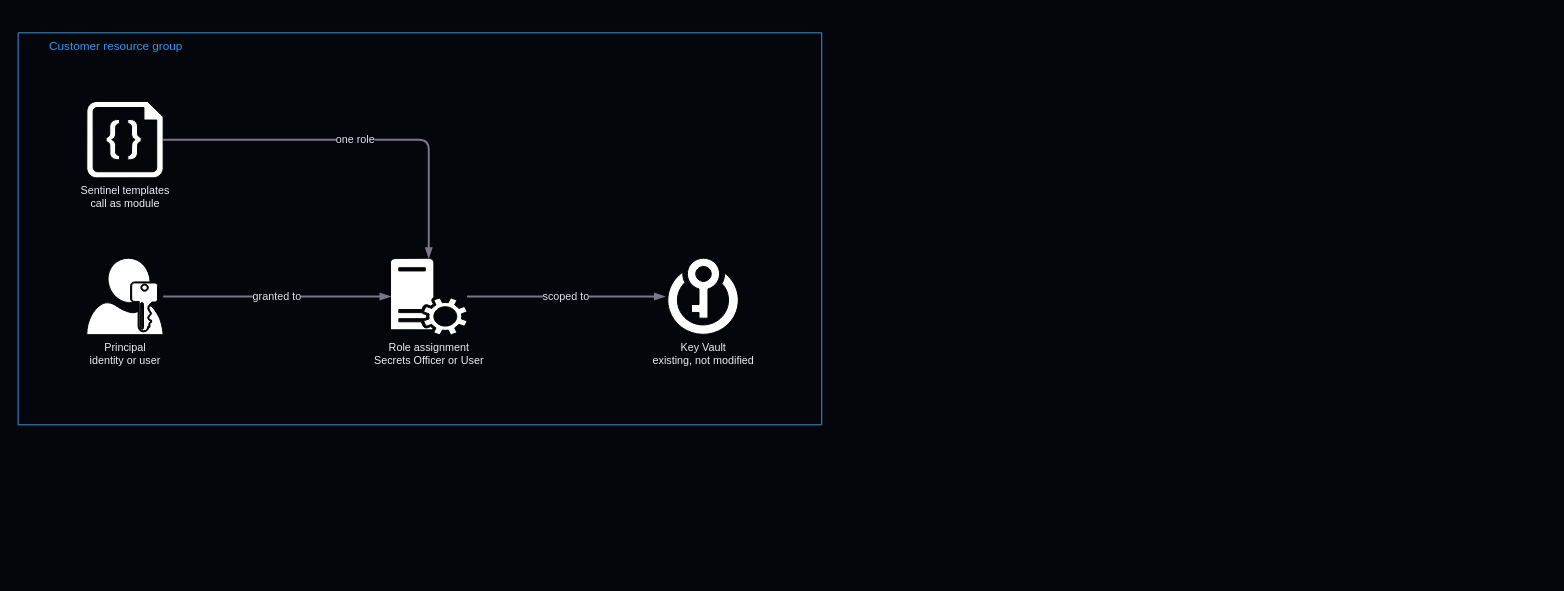
This is templates/azure/azure-access-key-vault-secrets-reader/diagram.drawio from IamABS3C/abstract-cloud-templates, a draw.io file, before an edit. Source tidied: cells renumbered, new cells numbered last; positions are measured from the earlier drawing's top-left corner, leaving out a move shared by most shapes. Both pictures are drawn from the tidied source at 98%, with x=0, y=0 at pixel (18, 32). Pictures stored in the file or linked from it are replaced by grey dashed boxes.
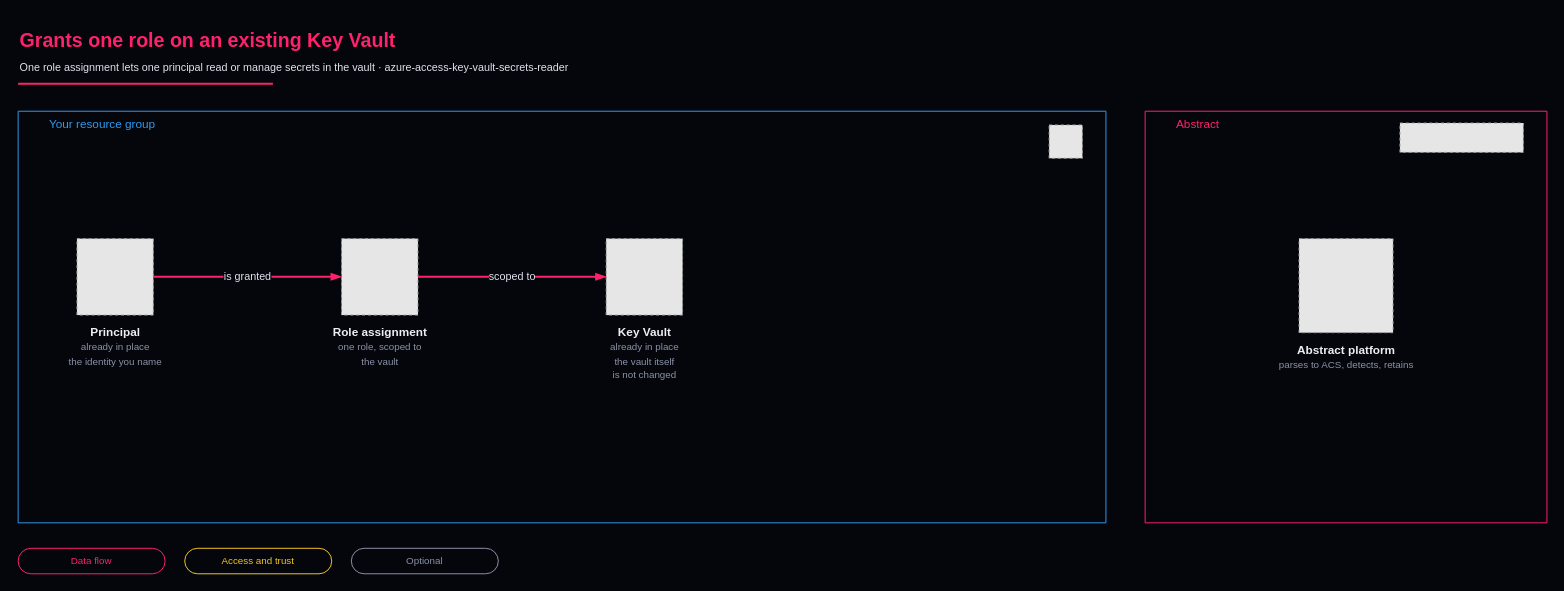
The same diagram, later.

The edit, as a diff of the source:
```diff
@@
 <mxGraphModel background="#04060c">
   <root>
     <mxCell id="0" />
     <mxCell id="1" parent="0" />
-    <mxCell id="2" value="Customer resource group" style="gradientColor=none;html=1;whiteSpace=wrap;fontSize=12;fontStyle=0;shape=mxgraph.aws4.group;grStroke=1;strokeColor=#2e9bf0;fillColor=none;verticalAlign=top;fontColor=#2e9bf0;align=left;spacingLeft=30;" parent="1" vertex="1">
-      <mxGeometry width="820" height="400" as="geometry" />
-    </mxCell>
-    <mxCell id="3" value="Sentinel templates&lt;br&gt;call as module" style="sketch=0;html=1;outlineConnect=0;fontColor=#ECEFF1;verticalLabelPosition=bottom;verticalAlign=top;align=center;fontSize=11;shape=mxgraph.azure.code_file;" parent="2" vertex="1">
-      <mxGeometry x="70" y="70" width="78" height="78" as="geometry" />
-    </mxCell>
-    <mxCell id="4" value="Principal&lt;br&gt;identity or user" style="sketch=0;html=1;outlineConnect=0;fontColor=#ECEFF1;verticalLabelPosition=bottom;verticalAlign=top;align=center;fontSize=11;shape=mxgraph.mscae.enterprise.user_permissions;" parent="2" vertex="1">
-      <mxGeometry x="70" y="230" width="78" height="78" as="geometry" />
-    </mxCell>
-    <mxCell id="5" value="Role assignment&lt;br&gt;Secrets Officer or User" style="sketch=0;html=1;outlineConnect=0;fontColor=#ECEFF1;verticalLabelPosition=bottom;verticalAlign=top;align=center;fontSize=11;shape=mxgraph.mscae.system_center.roles;" parent="2" vertex="1">
-      <mxGeometry x="380" y="230" width="78" height="78" as="geometry" />
-    </mxCell>
+    <mxCell id="10" value="Your resource group" style="gradientColor=none;html=1;whiteSpace=wrap;fontSize=12;fontStyle=0;shape=mxgraph.aws4.group;grStroke=1;strokeColor=#2e9bf0;fillColor=none;verticalAlign=top;fontColor=#2e9bf0;align=left;spacingLeft=30;" parent="1" vertex="1">
+      <mxGeometry y="80" width="1110" height="420" as="geometry" />
+    </mxCell>
+    <mxCell id="11" value="Abstract" style="gradientColor=none;html=1;whiteSpace=wrap;fontSize=12;fontStyle=0;shape=mxgraph.aws4.group;grStroke=1;strokeColor=#FF216B;fillColor=none;verticalAlign=top;fontColor=#FF216B;align=left;spacingLeft=30;" parent="1" vertex="1">
+      <mxGeometry x="1150" y="80" width="410" height="420" as="geometry" />
+    </mxCell>
+    <mxCell id="12" style="fillColor=#E6E6E6;strokeColor=#999999;dashed=1;html=1;verticalLabelPosition=bottom;verticalAlign=top;align=center;fontColor=#ECEFF1;fontSize=12;fontFamily=Barlow;spacingTop=4;" parent="10" vertex="1">
+      <mxGeometry x="1052" y="14" width="34" height="34" as="geometry" />
+    </mxCell>
+    <mxCell id="13" style="fillColor=#E6E6E6;strokeColor=#999999;dashed=1;html=1;verticalLabelPosition=bottom;verticalAlign=top;align=center;fontColor=#ECEFF1;fontSize=12;fontFamily=Barlow;spacingTop=4;" parent="11" vertex="1">
+      <mxGeometry x="260" y="12" width="126" height="30" as="geometry" />
+    </mxCell>
+    <mxCell id="14" value="&lt;b&gt;Abstract platform&lt;/b&gt;&lt;br&gt;&lt;span style='font-size:10px;color:#8b93a7'&gt;parses to ACS, detects, retains&lt;/span&gt;" style="fillColor=#E6E6E6;strokeColor=#999999;dashed=1;html=1;verticalLabelPosition=bottom;verticalAlign=top;align=center;fontColor=#ECEFF1;fontSize=12;fontFamily=Barlow;spacingTop=4;" parent="11" vertex="1">
+      <mxGeometry x="157" y="130" width="96" height="96" as="geometry" />
+    </mxCell>
+    <mxCell id="15" value="&lt;b&gt;Principal&lt;/b&gt;&lt;br&gt;&lt;span style='font-size:10px;color:#8b93a7'&gt;already in place&lt;br&gt;the identity you name&lt;/span&gt;" style="fillColor=#E6E6E6;strokeColor=#999999;dashed=1;html=1;verticalLabelPosition=bottom;verticalAlign=top;align=center;fontColor=#ECEFF1;fontSize=12;fontFamily=Barlow;spacingTop=4;" parent="10" vertex="1">
+      <mxGeometry x="60" y="130" width="78" height="78" as="geometry" />
+    </mxCell>
+    <mxCell id="16" value="&lt;b&gt;Role assignment&lt;/b&gt;&lt;br&gt;&lt;span style='font-size:10px;color:#8b93a7'&gt;one role, scoped to&lt;br&gt;the vault&lt;/span&gt;" style="fillColor=#E6E6E6;strokeColor=#999999;dashed=1;html=1;verticalLabelPosition=bottom;verticalAlign=top;align=center;fontColor=#ECEFF1;fontSize=12;fontFamily=Barlow;spacingTop=4;" parent="10" vertex="1">
+      <mxGeometry x="330" y="130" width="78" height="78" as="geometry" />
+    </mxCell>
-    <mxCell id="6" value="Key Vault&lt;br&gt;existing, not modified" style="sketch=0;html=1;outlineConnect=0;fontColor=#ECEFF1;verticalLabelPosition=bottom;verticalAlign=top;align=center;fontSize=11;shape=mxgraph.mscae.cloud.key_vault;" parent="2" vertex="1">
-      <mxGeometry x="660" y="230" width="78" height="78" as="geometry" />
+    <mxCell id="6" value="&lt;b&gt;Key Vault&lt;/b&gt;&lt;br&gt;&lt;span style='font-size:10px;color:#8b93a7'&gt;already in place&lt;br&gt;the vault itself&lt;br&gt;is not changed&lt;/span&gt;" style="fillColor=#E6E6E6;strokeColor=#999999;dashed=1;html=1;verticalLabelPosition=bottom;verticalAlign=top;align=center;fontColor=#ECEFF1;fontSize=12;fontFamily=Barlow;spacingTop=4;" parent="10" vertex="1">
+      <mxGeometry x="600" y="130" width="78" height="78" as="geometry" />
     </mxCell>
-    <mxCell id="7" value="one role" style="edgeStyle=orthogonalEdgeStyle;rounded=1;html=1;jettySize=auto;strokeColor=#7D7589;strokeWidth=2;fontColor=#dfe3ec;fontFamily=Barlow;fontSize=11;labelBackgroundColor=#04060c;endArrow=blockThin;endFill=1;exitX=1;exitY=0.5;exitDx=0;exitDy=0;entryX=0.5;entryY=0;entryDx=0;entryDy=0;" parent="1" edge="1" source="3" target="5">
+    <mxCell id="7" value="is granted" style="edgeStyle=orthogonalEdgeStyle;rounded=1;html=1;jettySize=auto;strokeColor=#FF216B;strokeWidth=2;fontColor=#dfe3ec;fontFamily=Barlow;fontSize=11;labelBackgroundColor=#04060c;endArrow=blockThin;endFill=1;exitX=1;exitY=0.5;exitDx=0;exitDy=0;entryX=0;entryY=0.5;entryDx=0;entryDy=0;" parent="1" edge="1" source="15" target="16">
       <mxGeometry relative="1" as="geometry" />
     </mxCell>
-    <mxCell id="8" value="granted to" style="edgeStyle=orthogonalEdgeStyle;rounded=1;html=1;jettySize=auto;strokeColor=#7D7589;strokeWidth=2;fontColor=#dfe3ec;fontFamily=Barlow;fontSize=11;labelBackgroundColor=#04060c;endArrow=blockThin;endFill=1;exitX=1;exitY=0.5;exitDx=0;exitDy=0;entryX=0;entryY=0.5;entryDx=0;entryDy=0;" parent="1" edge="1" source="4" target="5">
+    <mxCell id="8" value="scoped to" style="edgeStyle=orthogonalEdgeStyle;rounded=1;html=1;jettySize=auto;strokeColor=#FF216B;strokeWidth=2;fontColor=#dfe3ec;fontFamily=Barlow;fontSize=11;labelBackgroundColor=#04060c;endArrow=blockThin;endFill=1;exitX=1;exitY=0.5;exitDx=0;exitDy=0;entryX=0;entryY=0.5;entryDx=0;entryDy=0;" parent="1" edge="1" source="16" target="6">
       <mxGeometry relative="1" as="geometry" />
     </mxCell>
-    <mxCell id="9" value="scoped to" style="edgeStyle=orthogonalEdgeStyle;rounded=1;html=1;jettySize=auto;strokeColor=#7D7589;strokeWidth=2;fontColor=#dfe3ec;fontFamily=Barlow;fontSize=11;labelBackgroundColor=#04060c;endArrow=blockThin;endFill=1;exitX=1;exitY=0.5;exitDx=0;exitDy=0;entryX=0;entryY=0.5;entryDx=0;entryDy=0;" parent="1" edge="1" source="5" target="6">
-      <mxGeometry relative="1" as="geometry" />
-    </mxCell>
+    <mxCell id="17" value="&lt;span style='font-size:20px;color:#FF216B'&gt;&lt;b&gt;Grants one role on an existing Key Vault&lt;/b&gt;&lt;/span&gt;&lt;br&gt;&lt;span style='font-size:11px'&gt;One role assignment lets one principal read or manage secrets in the vault   ·   azure-access-key-vault-secrets-reader&lt;/span&gt;" style="text;html=1;align=left;verticalAlign=middle;whiteSpace=wrap;fontFamily=Barlow Semi Condensed;fontColor=#dfe3ec;fontSize=20;" parent="1" vertex="1">
+      <mxGeometry y="-16" width="1200" height="70" as="geometry" />
+    </mxCell>
+    <mxCell id="18" style="line;strokeWidth=2;html=1;strokeColor=#FF216B;" parent="1" vertex="1">
+      <mxGeometry y="48" width="260" height="8" as="geometry" />
+    </mxCell>
+    <mxCell id="19" value="Data flow" style="rounded=1;arcSize=50;html=1;whiteSpace=wrap;fillColor=#04060c;strokeColor=#FF216B;strokeWidth=1;fontColor=#FF216B;fontFamily=JetBrains Mono;fontSize=10;verticalAlign=middle;align=center;" parent="1" vertex="1">
+      <mxGeometry y="526" width="150" height="26" as="geometry" />
+    </mxCell>
+    <mxCell id="20" value="Access and trust" style="rounded=1;arcSize=50;html=1;whiteSpace=wrap;fillColor=#04060c;strokeColor=#f5c61e;strokeWidth=1;fontColor=#f5c61e;fontFamily=JetBrains Mono;fontSize=10;verticalAlign=middle;align=center;" parent="1" vertex="1">
+      <mxGeometry x="170" y="526" width="150" height="26" as="geometry" />
+    </mxCell>
+    <mxCell id="21" value="Optional" style="rounded=1;arcSize=50;html=1;whiteSpace=wrap;fillColor=#04060c;strokeColor=#8b93a7;strokeWidth=1;fontColor=#8b93a7;fontFamily=JetBrains Mono;fontSize=10;verticalAlign=middle;align=center;" parent="1" vertex="1">
+      <mxGeometry x="340" y="526" width="150" height="26" as="geometry" />
+    </mxCell>
   </root>
 </mxGraphModel>
```
